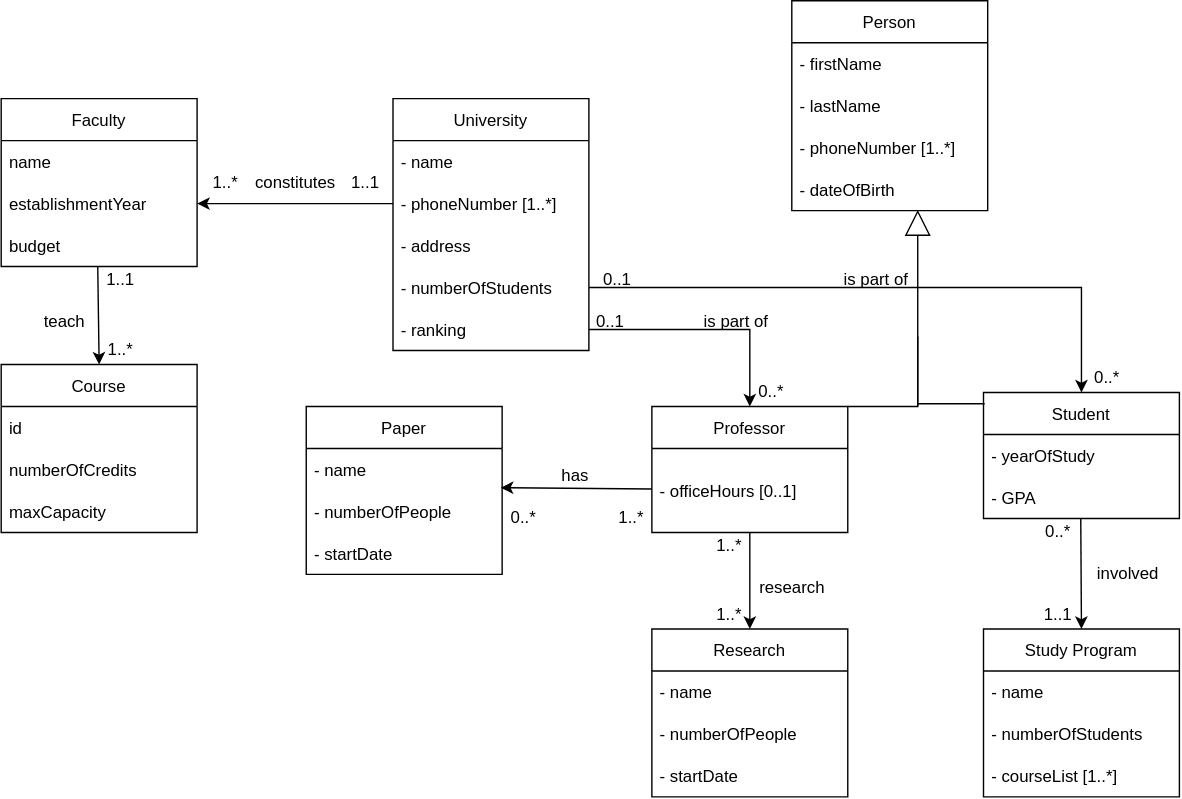
Before: 3/model/hierarchy-1.svg, a diagram exported from draw.io (AzamatZarlykov/Data-Formats-Models). Source tidied: cells renumbered, new cells last; positions are measured from the earlier drawing's top-left corner, leaving out a move shared by most shapes.
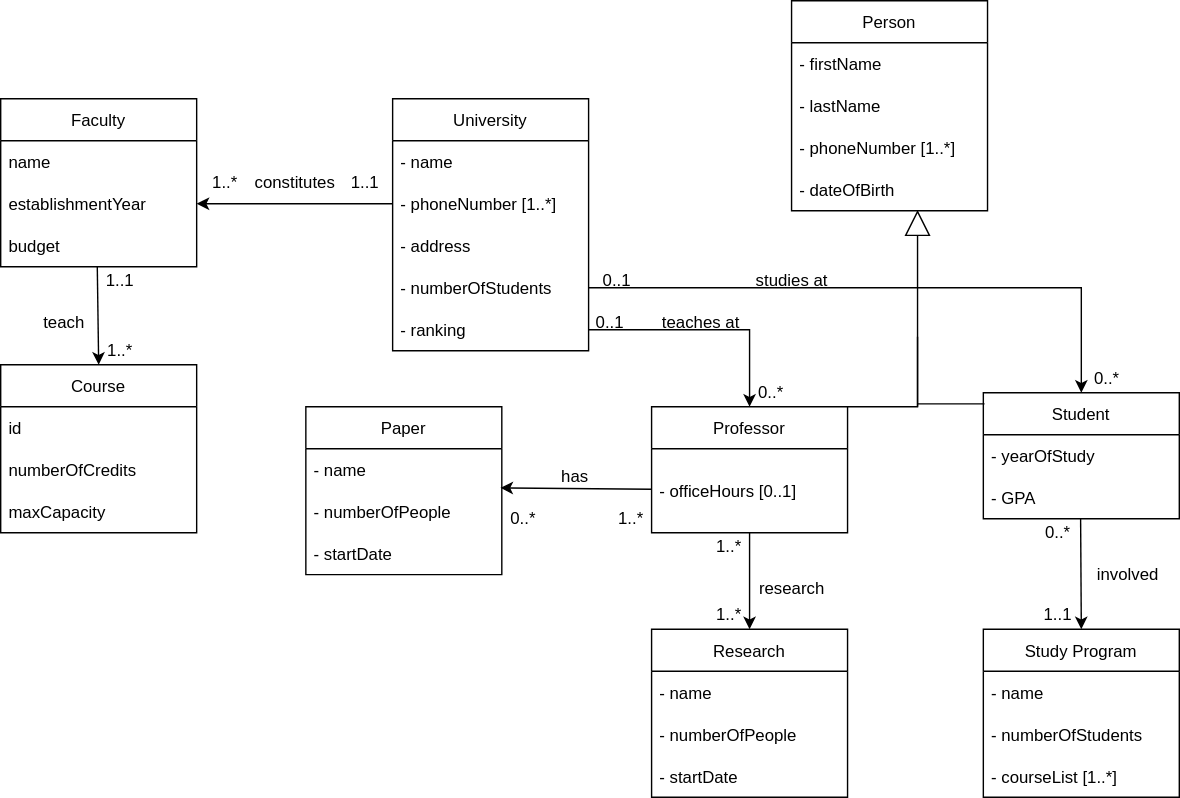
After the change.

Commit message:
change relation names for student and professor in hierarchical model

The edit, as a diff of the source:
```diff
@@ -199,11 +199,11 @@
     <mxCell id="64" value="0..*" style="text;html=1;align=center;verticalAlign=middle;strokeColor=none;fillColor=none;" parent="1" vertex="1">
       <mxGeometry x="535" y="270" width="30" height="20" as="geometry" />
     </mxCell>
-    <mxCell id="65" value="is part of&lt;span style=&quot;color: rgba(0 , 0 , 0 , 0) ; font-family: monospace ; font-size: 0px&quot;&gt;%3CmxGraphModel%3E%3Croot%3E%3CmxCell%20id%3D%220%22%2F%3E%3CmxCell%20id%3D%221%22%20parent%3D%220%22%2F%3E%3CmxCell%20id%3D%222%22%20value%3D%22constitutes%22%20style%3D%22text%3Bhtml%3D1%3Balign%3Dcenter%3BverticalAlign%3Dmiddle%3Bresizable%3D0%3Bpoints%3D%5B%5D%3Bautosize%3D1%3BstrokeColor%3Dnone%3BfillColor%3Dnone%3B%22%20vertex%3D%221%22%20parent%3D%221%22%3E%3CmxGeometry%20x%3D%22-875%22%20y%3D%22250%22%20width%3D%2270%22%20height%3D%2220%22%20as%3D%22geometry%22%2F%3E%3C%2FmxCell%3E%3C%2Froot%3E%3C%2FmxGraphModel%3E&lt;/span&gt;" style="text;html=1;align=center;verticalAlign=middle;strokeColor=none;fillColor=none;" parent="1" vertex="1">
-      <mxGeometry x="595" y="190" width="60" height="20" as="geometry" />
+    <mxCell id="65" value="studies at" style="text;html=1;align=center;verticalAlign=middle;strokeColor=none;fillColor=none;" parent="1" vertex="1">
+      <mxGeometry x="530" y="190" width="70" height="20" as="geometry" />
     </mxCell>
-    <mxCell id="66" value="is part of&lt;span style=&quot;color: rgba(0 , 0 , 0 , 0) ; font-family: monospace ; font-size: 0px&quot;&gt;%3CmxGraphModel%3E%3Croot%3E%3CmxCell%20id%3D%220%22%2F%3E%3CmxCell%20id%3D%221%22%20parent%3D%220%22%2F%3E%3CmxCell%20id%3D%222%22%20value%3D%22constitutes%22%20style%3D%22text%3Bhtml%3D1%3Balign%3Dcenter%3BverticalAlign%3Dmiddle%3Bresizable%3D0%3Bpoints%3D%5B%5D%3Bautosize%3D1%3BstrokeColor%3Dnone%3BfillColor%3Dnone%3B%22%20vertex%3D%221%22%20parent%3D%221%22%3E%3CmxGeometry%20x%3D%22-875%22%20y%3D%22250%22%20width%3D%2270%22%20height%3D%2220%22%20as%3D%22geometry%22%2F%3E%3C%2FmxCell%3E%3C%2Froot%3E%3C%2FmxGraphModel%3E&lt;/span&gt;" style="text;html=1;align=center;verticalAlign=middle;strokeColor=none;fillColor=none;" parent="1" vertex="1">
-      <mxGeometry x="495" y="220" width="60" height="20" as="geometry" />
+    <mxCell id="66" value="teaches at" style="text;html=1;align=center;verticalAlign=middle;strokeColor=none;fillColor=none;" parent="1" vertex="1">
+      <mxGeometry x="465" y="220" width="70" height="20" as="geometry" />
     </mxCell>
     <mxCell id="67" style="endArrow=block;endSize=16;endFill=0;html=1;rounded=0;" parent="1" edge="1">
       <mxGeometry relative="1" as="geometry">
```
